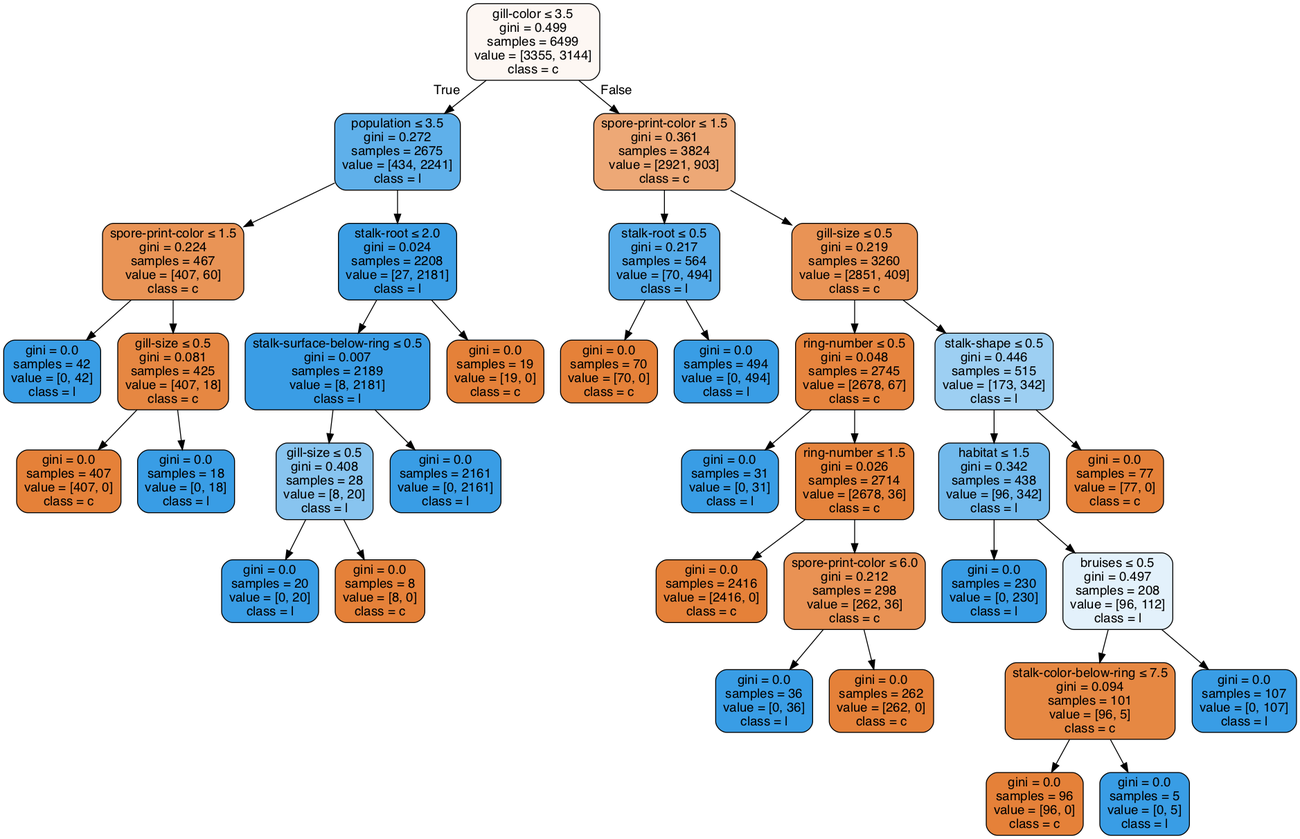
anhle199/Intro2AI-HCMUS keeps this Graphviz diagram as Lab02/clf-80-20.gv.png. Above is the earlier version. Its source is kept beside it as Lab02/clf-80-20.gv.
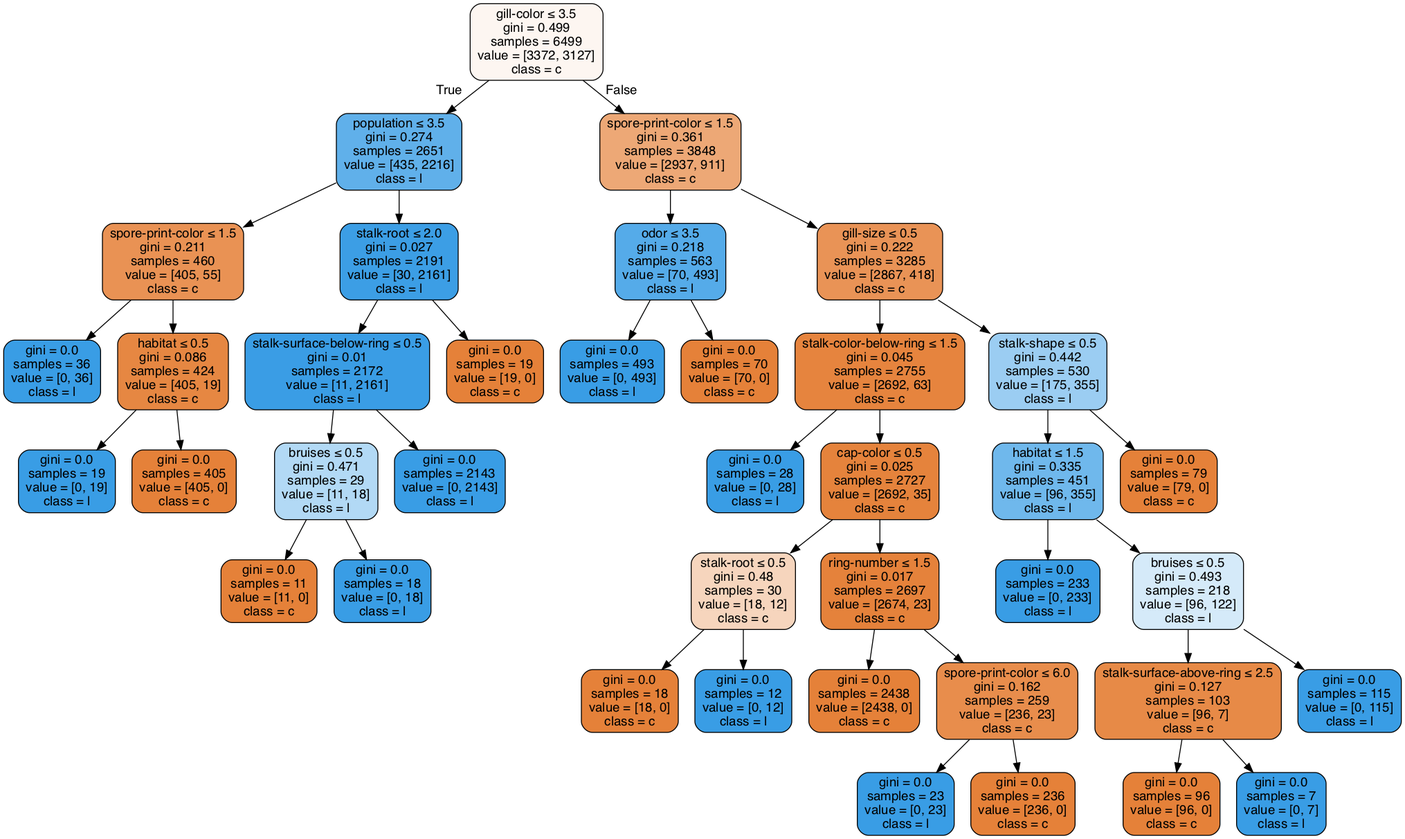
After the change.

The edit, as a diff of the source:
```diff
@@ -1,73 +1,81 @@
 digraph Tree {
 node [shape=box, style="filled, rounded", color="black", fontname=helvetica] ;
 edge [fontname=helvetica] ;
-0 [label=<gill-color &le; 3.5<br/>gini = 0.499<br/>samples = 6499<br/>value = [3355, 3144]<br/>class = c>, fillcolor="#fdf7f3"] ;
-1 [label=<population &le; 3.5<br/>gini = 0.272<br/>samples = 2675<br/>value = [434, 2241]<br/>class = l>, fillcolor="#5fb0ea"] ;
+0 [label=<gill-color &le; 3.5<br/>gini = 0.499<br/>samples = 6499<br/>value = [3372, 3127]<br/>class = c>, fillcolor="#fdf6f1"] ;
+1 [label=<population &le; 3.5<br/>gini = 0.274<br/>samples = 2651<br/>value = [435, 2216]<br/>class = l>, fillcolor="#60b0ea"] ;
 0 -> 1 [labeldistance=2.5, labelangle=45, headlabel="True"] ;
-2 [label=<spore-print-color &le; 1.5<br/>gini = 0.224<br/>samples = 467<br/>value = [407, 60]<br/>class = c>, fillcolor="#e99456"] ;
+2 [label=<spore-print-color &le; 1.5<br/>gini = 0.211<br/>samples = 460<br/>value = [405, 55]<br/>class = c>, fillcolor="#e99254"] ;
 1 -> 2 ;
-3 [label=<gini = 0.0<br/>samples = 42<br/>value = [0, 42]<br/>class = l>, fillcolor="#399de5"] ;
+3 [label=<gini = 0.0<br/>samples = 36<br/>value = [0, 36]<br/>class = l>, fillcolor="#399de5"] ;
 2 -> 3 ;
-4 [label=<gill-size &le; 0.5<br/>gini = 0.081<br/>samples = 425<br/>value = [407, 18]<br/>class = c>, fillcolor="#e68742"] ;
+4 [label=<habitat &le; 0.5<br/>gini = 0.086<br/>samples = 424<br/>value = [405, 19]<br/>class = c>, fillcolor="#e68742"] ;
 2 -> 4 ;
-5 [label=<gini = 0.0<br/>samples = 407<br/>value = [407, 0]<br/>class = c>, fillcolor="#e58139"] ;
+5 [label=<gini = 0.0<br/>samples = 19<br/>value = [0, 19]<br/>class = l>, fillcolor="#399de5"] ;
 4 -> 5 ;
-6 [label=<gini = 0.0<br/>samples = 18<br/>value = [0, 18]<br/>class = l>, fillcolor="#399de5"] ;
+6 [label=<gini = 0.0<br/>samples = 405<br/>value = [405, 0]<br/>class = c>, fillcolor="#e58139"] ;
 4 -> 6 ;
-7 [label=<stalk-root &le; 2.0<br/>gini = 0.024<br/>samples = 2208<br/>value = [27, 2181]<br/>class = l>, fillcolor="#3b9ee5"] ;
+7 [label=<stalk-root &le; 2.0<br/>gini = 0.027<br/>samples = 2191<br/>value = [30, 2161]<br/>class = l>, fillcolor="#3c9ee5"] ;
 1 -> 7 ;
-8 [label=<stalk-surface-below-ring &le; 0.5<br/>gini = 0.007<br/>samples = 2189<br/>value = [8, 2181]<br/>class = l>, fillcolor="#3a9de5"] ;
+8 [label=<stalk-surface-below-ring &le; 0.5<br/>gini = 0.01<br/>samples = 2172<br/>value = [11, 2161]<br/>class = l>, fillcolor="#3a9de5"] ;
 7 -> 8 ;
-9 [label=<gill-size &le; 0.5<br/>gini = 0.408<br/>samples = 28<br/>value = [8, 20]<br/>class = l>, fillcolor="#88c4ef"] ;
+9 [label=<bruises &le; 0.5<br/>gini = 0.471<br/>samples = 29<br/>value = [11, 18]<br/>class = l>, fillcolor="#b2d9f5"] ;
 8 -> 9 ;
-10 [label=<gini = 0.0<br/>samples = 20<br/>value = [0, 20]<br/>class = l>, fillcolor="#399de5"] ;
+10 [label=<gini = 0.0<br/>samples = 11<br/>value = [11, 0]<br/>class = c>, fillcolor="#e58139"] ;
 9 -> 10 ;
-11 [label=<gini = 0.0<br/>samples = 8<br/>value = [8, 0]<br/>class = c>, fillcolor="#e58139"] ;
+11 [label=<gini = 0.0<br/>samples = 18<br/>value = [0, 18]<br/>class = l>, fillcolor="#399de5"] ;
 9 -> 11 ;
-12 [label=<gini = 0.0<br/>samples = 2161<br/>value = [0, 2161]<br/>class = l>, fillcolor="#399de5"] ;
+12 [label=<gini = 0.0<br/>samples = 2143<br/>value = [0, 2143]<br/>class = l>, fillcolor="#399de5"] ;
 8 -> 12 ;
 13 [label=<gini = 0.0<br/>samples = 19<br/>value = [19, 0]<br/>class = c>, fillcolor="#e58139"] ;
 7 -> 13 ;
-14 [label=<spore-print-color &le; 1.5<br/>gini = 0.361<br/>samples = 3824<br/>value = [2921, 903]<br/>class = c>, fillcolor="#eda876"] ;
+14 [label=<spore-print-color &le; 1.5<br/>gini = 0.361<br/>samples = 3848<br/>value = [2937, 911]<br/>class = c>, fillcolor="#eda876"] ;
 0 -> 14 [labeldistance=2.5, labelangle=-45, headlabel="False"] ;
-15 [label=<stalk-root &le; 0.5<br/>gini = 0.217<br/>samples = 564<br/>value = [70, 494]<br/>class = l>, fillcolor="#55abe9"] ;
+15 [label=<odor &le; 3.5<br/>gini = 0.218<br/>samples = 563<br/>value = [70, 493]<br/>class = l>, fillcolor="#55abe9"] ;
 14 -> 15 ;
-16 [label=<gini = 0.0<br/>samples = 70<br/>value = [70, 0]<br/>class = c>, fillcolor="#e58139"] ;
+16 [label=<gini = 0.0<br/>samples = 493<br/>value = [0, 493]<br/>class = l>, fillcolor="#399de5"] ;
 15 -> 16 ;
-17 [label=<gini = 0.0<br/>samples = 494<br/>value = [0, 494]<br/>class = l>, fillcolor="#399de5"] ;
+17 [label=<gini = 0.0<br/>samples = 70<br/>value = [70, 0]<br/>class = c>, fillcolor="#e58139"] ;
 15 -> 17 ;
-18 [label=<gill-size &le; 0.5<br/>gini = 0.219<br/>samples = 3260<br/>value = [2851, 409]<br/>class = c>, fillcolor="#e99355"] ;
+18 [label=<gill-size &le; 0.5<br/>gini = 0.222<br/>samples = 3285<br/>value = [2867, 418]<br/>class = c>, fillcolor="#e99356"] ;
 14 -> 18 ;
-19 [label=<ring-number &le; 0.5<br/>gini = 0.048<br/>samples = 2745<br/>value = [2678, 67]<br/>class = c>, fillcolor="#e6843e"] ;
+19 [label=<stalk-color-below-ring &le; 1.5<br/>gini = 0.045<br/>samples = 2755<br/>value = [2692, 63]<br/>class = c>, fillcolor="#e6843e"] ;
 18 -> 19 ;
-20 [label=<gini = 0.0<br/>samples = 31<br/>value = [0, 31]<br/>class = l>, fillcolor="#399de5"] ;
+20 [label=<gini = 0.0<br/>samples = 28<br/>value = [0, 28]<br/>class = l>, fillcolor="#399de5"] ;
 19 -> 20 ;
-21 [label=<ring-number &le; 1.5<br/>gini = 0.026<br/>samples = 2714<br/>value = [2678, 36]<br/>class = c>, fillcolor="#e5833c"] ;
+21 [label=<cap-color &le; 0.5<br/>gini = 0.025<br/>samples = 2727<br/>value = [2692, 35]<br/>class = c>, fillcolor="#e5833c"] ;
 19 -> 21 ;
-22 [label=<gini = 0.0<br/>samples = 2416<br/>value = [2416, 0]<br/>class = c>, fillcolor="#e58139"] ;
+22 [label=<stalk-root &le; 0.5<br/>gini = 0.48<br/>samples = 30<br/>value = [18, 12]<br/>class = c>, fillcolor="#f6d5bd"] ;
 21 -> 22 ;
-23 [label=<spore-print-color &le; 6.0<br/>gini = 0.212<br/>samples = 298<br/>value = [262, 36]<br/>class = c>, fillcolor="#e99254"] ;
-21 -> 23 ;
-24 [label=<gini = 0.0<br/>samples = 36<br/>value = [0, 36]<br/>class = l>, fillcolor="#399de5"] ;
-23 -> 24 ;
-25 [label=<gini = 0.0<br/>samples = 262<br/>value = [262, 0]<br/>class = c>, fillcolor="#e58139"] ;
-23 -> 25 ;
-26 [label=<stalk-shape &le; 0.5<br/>gini = 0.446<br/>samples = 515<br/>value = [173, 342]<br/>class = l>, fillcolor="#9dcff2"] ;
-18 -> 26 ;
-27 [label=<habitat &le; 1.5<br/>gini = 0.342<br/>samples = 438<br/>value = [96, 342]<br/>class = l>, fillcolor="#71b9ec"] ;
-26 -> 27 ;
-28 [label=<gini = 0.0<br/>samples = 230<br/>value = [0, 230]<br/>class = l>, fillcolor="#399de5"] ;
+23 [label=<gini = 0.0<br/>samples = 18<br/>value = [18, 0]<br/>class = c>, fillcolor="#e58139"] ;
+22 -> 23 ;
+24 [label=<gini = 0.0<br/>samples = 12<br/>value = [0, 12]<br/>class = l>, fillcolor="#399de5"] ;
+22 -> 24 ;
+25 [label=<ring-number &le; 1.5<br/>gini = 0.017<br/>samples = 2697<br/>value = [2674, 23]<br/>class = c>, fillcolor="#e5823b"] ;
+21 -> 25 ;
+26 [label=<gini = 0.0<br/>samples = 2438<br/>value = [2438, 0]<br/>class = c>, fillcolor="#e58139"] ;
+25 -> 26 ;
+27 [label=<spore-print-color &le; 6.0<br/>gini = 0.162<br/>samples = 259<br/>value = [236, 23]<br/>class = c>, fillcolor="#e88d4c"] ;
+25 -> 27 ;
+28 [label=<gini = 0.0<br/>samples = 23<br/>value = [0, 23]<br/>class = l>, fillcolor="#399de5"] ;
 27 -> 28 ;
-29 [label=<bruises &le; 0.5<br/>gini = 0.497<br/>samples = 208<br/>value = [96, 112]<br/>class = l>, fillcolor="#e3f1fb"] ;
+29 [label=<gini = 0.0<br/>samples = 236<br/>value = [236, 0]<br/>class = c>, fillcolor="#e58139"] ;
 27 -> 29 ;
-30 [label=<stalk-color-below-ring &le; 7.5<br/>gini = 0.094<br/>samples = 101<br/>value = [96, 5]<br/>class = c>, fillcolor="#e68843"] ;
-29 -> 30 ;
-31 [label=<gini = 0.0<br/>samples = 96<br/>value = [96, 0]<br/>class = c>, fillcolor="#e58139"] ;
+30 [label=<stalk-shape &le; 0.5<br/>gini = 0.442<br/>samples = 530<br/>value = [175, 355]<br/>class = l>, fillcolor="#9bcdf2"] ;
+18 -> 30 ;
+31 [label=<habitat &le; 1.5<br/>gini = 0.335<br/>samples = 451<br/>value = [96, 355]<br/>class = l>, fillcolor="#6fb8ec"] ;
 30 -> 31 ;
-32 [label=<gini = 0.0<br/>samples = 5<br/>value = [0, 5]<br/>class = l>, fillcolor="#399de5"] ;
-30 -> 32 ;
-33 [label=<gini = 0.0<br/>samples = 107<br/>value = [0, 107]<br/>class = l>, fillcolor="#399de5"] ;
-29 -> 33 ;
-34 [label=<gini = 0.0<br/>samples = 77<br/>value = [77, 0]<br/>class = c>, fillcolor="#e58139"] ;
-26 -> 34 ;
+32 [label=<gini = 0.0<br/>samples = 233<br/>value = [0, 233]<br/>class = l>, fillcolor="#399de5"] ;
+31 -> 32 ;
+33 [label=<bruises &le; 0.5<br/>gini = 0.493<br/>samples = 218<br/>value = [96, 122]<br/>class = l>, fillcolor="#d5eaf9"] ;
+31 -> 33 ;
+34 [label=<stalk-surface-above-ring &le; 2.5<br/>gini = 0.127<br/>samples = 103<br/>value = [96, 7]<br/>class = c>, fillcolor="#e78a47"] ;
+33 -> 34 ;
+35 [label=<gini = 0.0<br/>samples = 96<br/>value = [96, 0]<br/>class = c>, fillcolor="#e58139"] ;
+34 -> 35 ;
+36 [label=<gini = 0.0<br/>samples = 7<br/>value = [0, 7]<br/>class = l>, fillcolor="#399de5"] ;
+34 -> 36 ;
+37 [label=<gini = 0.0<br/>samples = 115<br/>value = [0, 115]<br/>class = l>, fillcolor="#399de5"] ;
+33 -> 37 ;
+38 [label=<gini = 0.0<br/>samples = 79<br/>value = [79, 0]<br/>class = c>, fillcolor="#e58139"] ;
+30 -> 38 ;
 }
```
